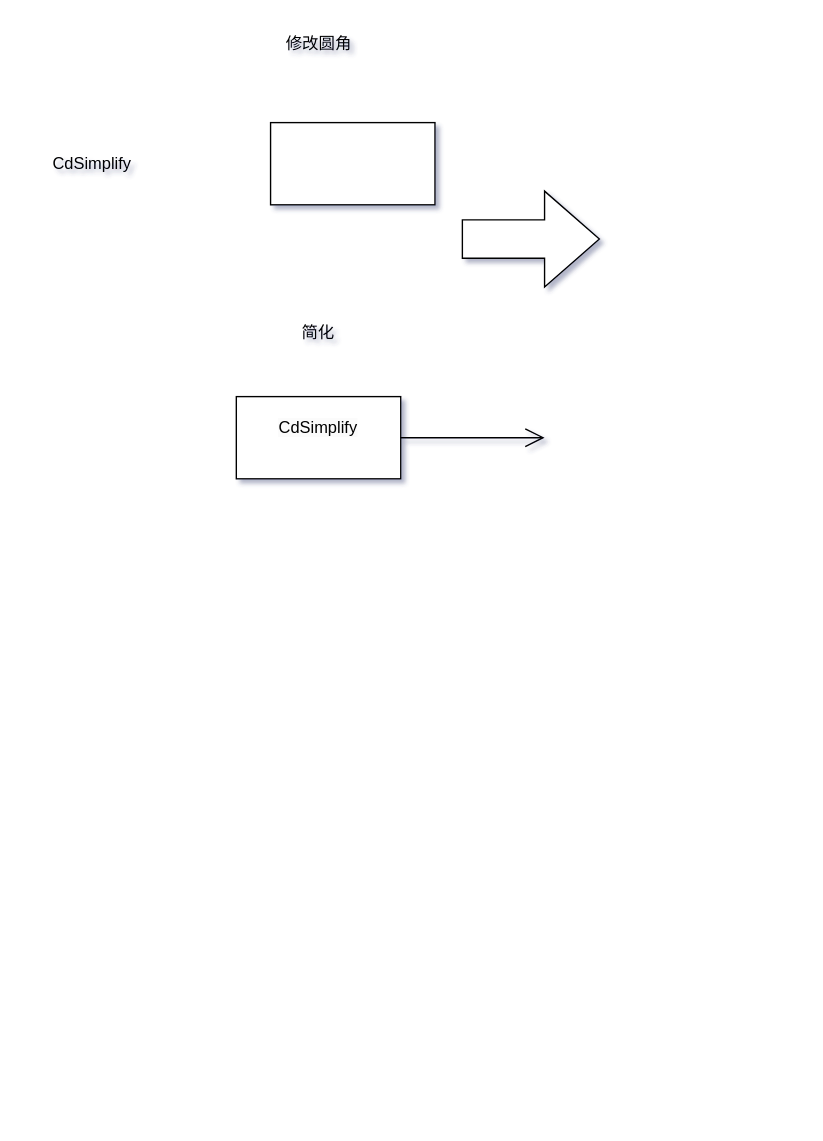
Before: 绘图记录/DE.drawio in studyrohan/BSpline_learn, a draw.io diagram. Source tidied: cells renumbered, new cells numbered last; positions are measured from the earlier drawing's top-left corner, leaving out a move shared by most shapes. Both pictures are drawn from the tidied source at 137%, with x=0, y=0 at pixel (23, 23).
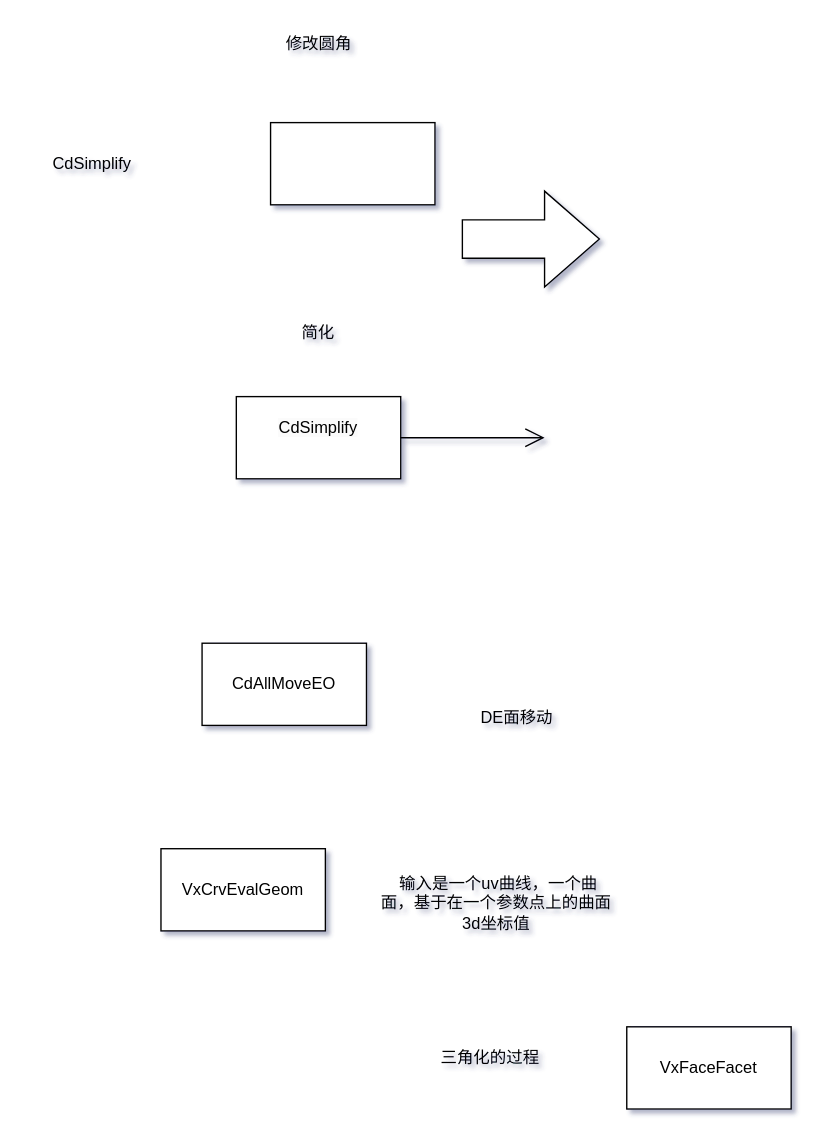
After the change.

What changed in the source:
```diff
@@
 <mxGraphModel shadow="1">
   <root>
     <mxCell id="0" />
     <mxCell id="1" parent="0" />
     <mxCell id="2" style="rounded=0;whiteSpace=wrap;html=1;" parent="1" vertex="1">
       <mxGeometry x="180" y="72" width="120" height="60" as="geometry" />
     </mxCell>
     <mxCell id="3" value="修改圆角" style="text;html=1;align=center;verticalAlign=middle;strokeColor=none;fillColor=none;" parent="1" vertex="1">
       <mxGeometry x="180" width="70" height="30" as="geometry" />
     </mxCell>
     <mxCell id="4" value="简化" style="text;html=1;align=center;verticalAlign=middle;whiteSpace=wrap;rounded=0;" parent="1" vertex="1">
       <mxGeometry x="185" y="211" width="60" height="30" as="geometry" />
     </mxCell>
     <mxCell id="5" value="CdSimplify" style="rounded=0;whiteSpace=wrap;html=1;fillColor=none;strokeColor=none;" parent="1" vertex="1">
       <mxGeometry y="72" width="100" height="60" as="geometry" />
     </mxCell>
     <mxCell id="6" value="&#10;&lt;span style=&quot;color: rgb(0, 0, 0); font-family: Helvetica; font-size: 12px; font-style: normal; font-variant-ligatures: normal; font-variant-caps: normal; font-weight: 400; letter-spacing: normal; orphans: 2; text-align: center; text-indent: 0px; text-transform: none; widows: 2; word-spacing: 0px; -webkit-text-stroke-width: 0px; white-space: normal; background-color: rgb(251, 251, 251); text-decoration-thickness: initial; text-decoration-style: initial; text-decoration-color: initial; display: inline !important; float: none;&quot;&gt;CdSimplify&lt;/span&gt;&#10;&#10;" style="rounded=0;whiteSpace=wrap;html=1;points=[[0,0,0,0,0],[0,0.25,0,0,0],[0,0.5,0,0,0],[0,0.75,0,0,0],[0,1,0,0,0],[0.25,0,0,0,0],[0.25,1,0,0,0],[0.5,0,0,0,0],[0.5,1,0,0,0],[0.75,0,0,0,0],[0.75,1,0,0,0],[1,0,0,0,0],[1,0.25,0,0,0],[1,0.5,0,0,0],[1,0.75,0,0,0],[1,1,0,0,0]];" parent="1" vertex="1">
       <mxGeometry x="155" y="272" width="120" height="60" as="geometry" />
     </mxCell>
     <mxCell id="7" style="html=1;shadow=0;dashed=0;align=center;verticalAlign=middle;shape=mxgraph.arrows2.arrow;dy=0.6;dx=40;notch=0;" parent="1" vertex="1">
       <mxGeometry x="320" y="122" width="100" height="70" as="geometry" />
     </mxCell>
     <mxCell id="8" style="endArrow=open;endFill=1;endSize=12;html=1;rounded=0;exitX=1;exitY=0.5;exitDx=0;exitDy=0;exitPerimeter=0;" parent="1" edge="1" source="6">
       <mxGeometry relative="1" as="geometry">
         <mxPoint x="380" y="302" as="targetPoint" />
       </mxGeometry>
     </mxCell>
+    <mxCell id="9" value="CdAllMoveEO" style="rounded=0;whiteSpace=wrap;html=1;" parent="1" vertex="1">
+      <mxGeometry x="130" y="452" width="120" height="60" as="geometry" />
+    </mxCell>
+    <mxCell id="10" value="DE面移动" style="text;html=1;align=center;verticalAlign=middle;whiteSpace=wrap;rounded=0;" parent="1" vertex="1">
+      <mxGeometry x="330" y="492" width="60" height="30" as="geometry" />
+    </mxCell>
+    <mxCell id="11" value="VxCrvEvalGeom" style="rounded=0;whiteSpace=wrap;html=1;" parent="1" vertex="1">
+      <mxGeometry x="100" y="602" width="120" height="60" as="geometry" />
+    </mxCell>
+    <mxCell id="12" value="&amp;nbsp;输入是一个uv曲线，一个曲面，基于在一个参数点上的曲面3d坐标值" style="text;html=1;align=center;verticalAlign=middle;whiteSpace=wrap;rounded=0;" parent="1" vertex="1">
+      <mxGeometry x="260" y="592" width="170" height="100" as="geometry" />
+    </mxCell>
+    <mxCell id="13" value="VxFaceFacet" style="rounded=0;whiteSpace=wrap;html=1;" parent="1" vertex="1">
+      <mxGeometry x="440" y="732" width="120" height="60" as="geometry" />
+    </mxCell>
+    <mxCell id="14" value="三角化的过程" style="text;html=1;align=center;verticalAlign=middle;strokeColor=none;fillColor=none;" parent="1" vertex="1">
+      <mxGeometry x="290" y="740" width="100" height="30" as="geometry" />
+    </mxCell>
   </root>
 </mxGraphModel>
```
